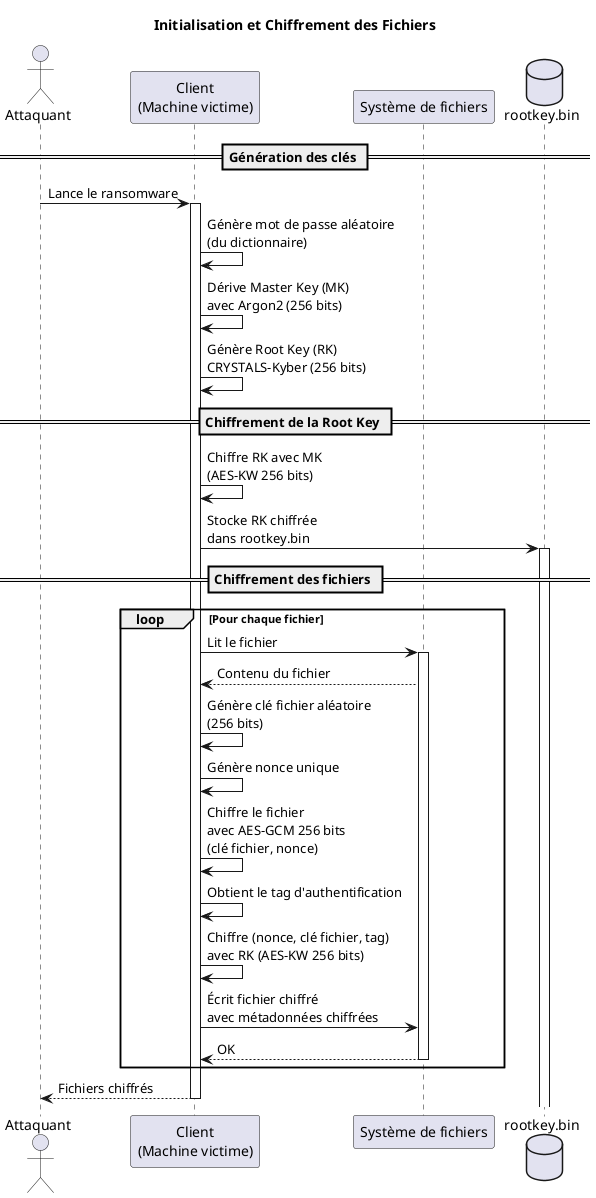
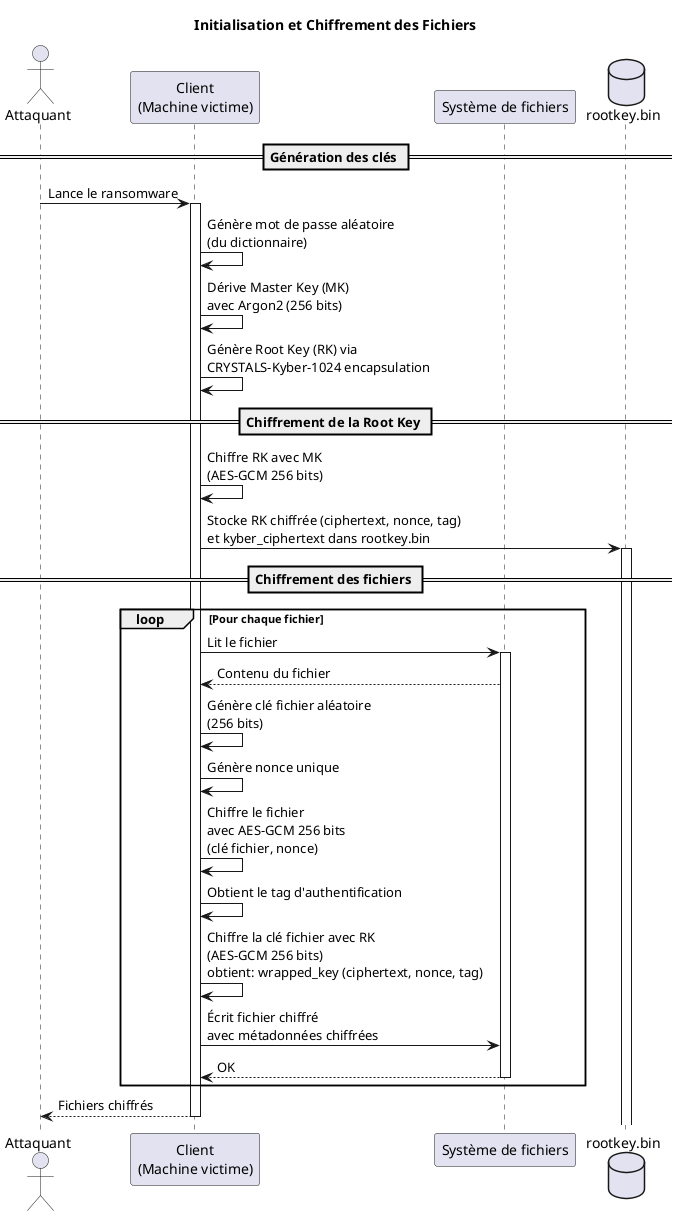
@startuml Ransomware Architecture - Initialisation et Chiffrement

title Initialisation et Chiffrement des Fichiers

actor Attaquant as attacker
participant "Client\n(Machine victime)" as client
participant "Système de fichiers" as fs
database "rootkey.bin" as rootkey

== Génération des clés ==
attacker -> client: Lance le ransomware
activate client

client -> client: Génère mot de passe aléatoire\n(du dictionnaire)
client -> client: Dérive Master Key (MK)\navec Argon2 (256 bits)
- client -> client: Génère Root Key (RK)\nCRYSTALS-Kyber (256 bits)
+ client -> client: Génère Root Key (RK) via\nCRYSTALS-Kyber-1024 encapsulation

== Chiffrement de la Root Key ==
- client -> client: Chiffre RK avec MK\n(AES-KW 256 bits)
- client -> rootkey: Stocke RK chiffrée\ndans rootkey.bin
+ client -> client: Chiffre RK avec MK\n(AES-GCM 256 bits)
+ client -> rootkey: Stocke RK chiffrée (ciphertext, nonce, tag)\net kyber_ciphertext dans rootkey.bin
activate rootkey

== Chiffrement des fichiers ==
loop Pour chaque fichier
    client -> fs: Lit le fichier
    activate fs
    fs --> client: Contenu du fichier

    client -> client: Génère clé fichier aléatoire\n(256 bits)
    client -> client: Génère nonce unique
    client -> client: Chiffre le fichier\navec AES-GCM 256 bits\n(clé fichier, nonce)

    client -> client: Obtient le tag d'authentification
-     client -> client: Chiffre (nonce, clé fichier, tag)\navec RK (AES-KW 256 bits)
+     client -> client: Chiffre la clé fichier avec RK\n(AES-GCM 256 bits)\nobtient: wrapped_key (ciphertext, nonce, tag)

    client -> fs: Écrit fichier chiffré\navec métadonnées chiffrées
    fs --> client: OK
    deactivate fs
end

client --> attacker: Fichiers chiffrés
deactivate client

@enduml
